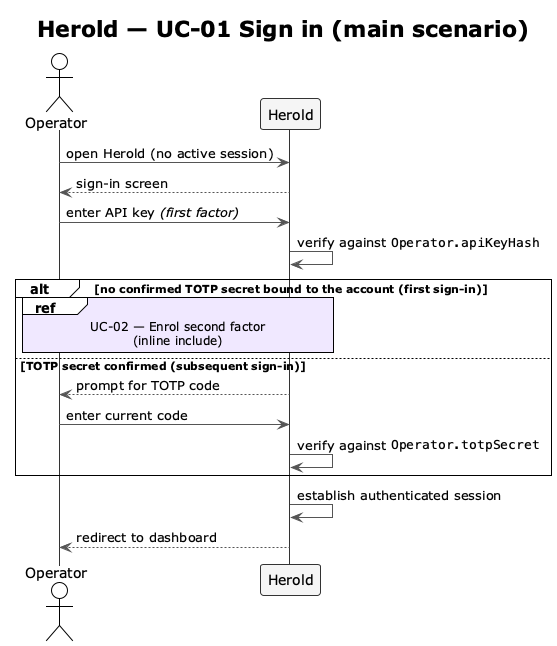
The PlantUML diagram docs/spec/diagrams-png/f2-uc01-sign-in.png in carstenlucke/herold, before a commit. The source it was exported from:
```plantuml
@startuml f2-uc01-sign-in
!theme plain
skinparam shadowing false
skinparam ArrowColor #555555
skinparam SequenceLifeLineBorderColor #333333
skinparam SequenceParticipantBorderColor #333333
skinparam SequenceParticipantBackgroundColor #F5F5F5
skinparam SequenceReferenceBackgroundColor #F0E8FF
skinparam SequenceGroupBodyBackgroundColor transparent

title Herold — UC-01 Sign in (main scenario)

actor    "Operator" as OP
participant "Herold"  as SYS

OP  ->  SYS : open Herold (no active session)
SYS --> OP  : sign-in screen

OP  ->  SYS : enter API key //(first factor)//
SYS ->  SYS : verify against ""Operator.apiKeyHash""

alt no confirmed TOTP secret bound to the account (first sign-in)
  ref over OP, SYS : UC-02 — Enrol second factor\n(inline include)
else TOTP secret confirmed (subsequent sign-in)
  SYS --> OP  : prompt for TOTP code
  OP  ->  SYS : enter current code
  SYS ->  SYS : verify against ""Operator.totpSecret""
end

SYS ->  SYS : establish authenticated session
SYS --> OP  : redirect to dashboard

@enduml
```
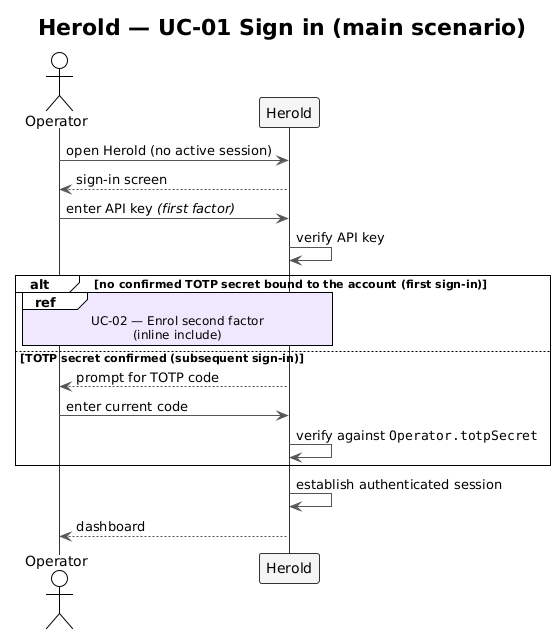
The same file after the commit.

The edit, as a diff of the source:
```diff
@@ -17,7 +17,7 @@
 SYS --> OP  : sign-in screen
 
 OP  ->  SYS : enter API key //(first factor)//
-SYS ->  SYS : verify against ""Operator.apiKeyHash""
+SYS ->  SYS : verify API key
 
 alt no confirmed TOTP secret bound to the account (first sign-in)
   ref over OP, SYS : UC-02 — Enrol second factor\n(inline include)
@@ -28,6 +28,6 @@
 end
 
 SYS ->  SYS : establish authenticated session
-SYS --> OP  : redirect to dashboard
+SYS --> OP  : dashboard
 
 @enduml
```
